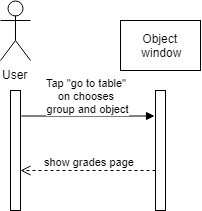
Before: docs/Diagramms/Sequence/sequence6.png, a diagram exported from draw.io (DanyaHDanny/UniversityFacemash). Source tidied: cells renumbered, new cells last; positions are measured from the earlier drawing's top-left corner, leaving out a move shared by most shapes.
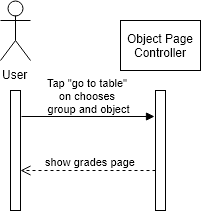
Above is the later version.

Diff of the diagram source:
```diff
@@ -5,7 +5,7 @@
     <mxCell id="2" value="User&lt;br&gt;" style="shape=umlActor;verticalLabelPosition=bottom;labelBackgroundColor=#ffffff;verticalAlign=top;html=1;" parent="1" vertex="1">
       <mxGeometry width="30" height="60" as="geometry" />
     </mxCell>
-    <mxCell id="3" value="Object&lt;br&gt;&amp;nbsp;window" style="html=1;" parent="1" vertex="1">
+    <mxCell id="3" value="Object Page&lt;br&gt;Controller&lt;br&gt;" style="html=1;" parent="1" vertex="1">
       <mxGeometry x="120" y="20" width="80" height="50" as="geometry" />
     </mxCell>
     <mxCell id="4" style="html=1;points=[];perimeter=orthogonalPerimeter;" parent="1" vertex="1">
```
